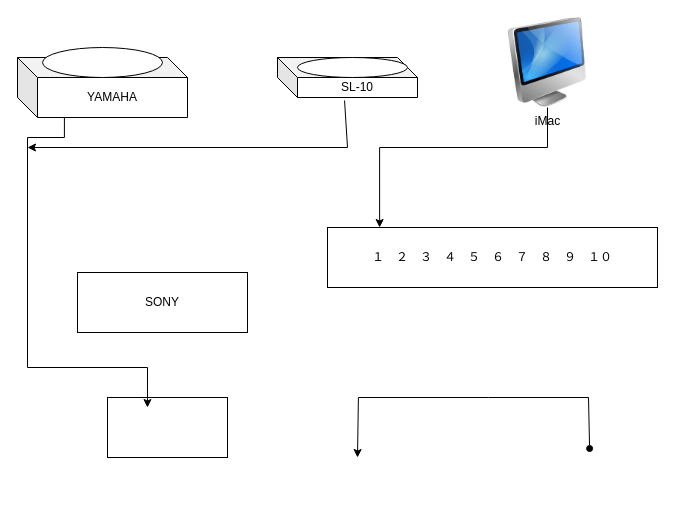
Before: 名称未設定ファイル.drawio in kenzi-taka/audio-diagram, a draw.io diagram. Source tidied: cells renumbered, new cells numbered last; positions are measured from the earlier drawing's top-left corner, leaving out a move shared by most shapes. Both pictures are drawn from the tidied source at 100%, with x=0, y=0 at pixel (17, 17).
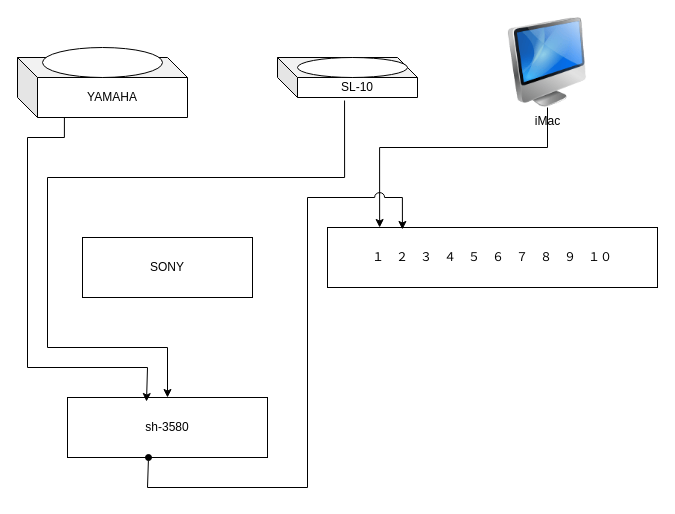
After the change.

The change refers to these unchanged cells:
```xml
<mxCell id="3" value="YAMAHA" style="shape=cube;whiteSpace=wrap;html=1;boundedLbl=1;backgroundOutline=1;darkOpacity=0.05;darkOpacity2=0.1;" parent="1" vertex="1">
  <mxGeometry y="40" width="170" height="60" as="geometry" />
</mxCell>
<mxCell id="4" value="SL-10" style="shape=cube;whiteSpace=wrap;html=1;boundedLbl=1;backgroundOutline=1;darkOpacity=0.05;darkOpacity2=0.1;" parent="1" vertex="1">
  <mxGeometry x="260" y="40" width="140" height="40" as="geometry" />
</mxCell>
<mxCell id="8" style="rounded=0;whiteSpace=wrap;html=1;" parent="1" vertex="1">
  <mxGeometry x="310" y="210" width="330" height="60" as="geometry" />
</mxCell>
```

What changed in the source:
```diff
@@
     <mxCell id="7" value="SONY" style="rounded=0;whiteSpace=wrap;html=1;" parent="1" vertex="1">
-      <mxGeometry x="60" y="255" width="170" height="60" as="geometry" />
+      <mxGeometry x="65" y="220" width="170" height="60" as="geometry" />
     </mxCell>
@@
-    <mxCell id="10" style="endArrow=classic;html=1;rounded=0;startArrow=oval;startFill=1;exitX=0.155;exitY=0.017;exitDx=0;exitDy=0;exitPerimeter=0;" parent="1" edge="1">
-      <mxGeometry relative="1" as="geometry">
-        <mxPoint x="572.1" y="431" as="sourcePoint" />
-        <mxPoint x="340" y="440" as="targetPoint" />
-        <Array as="points">
-          <mxPoint x="571" y="380" />
-          <mxPoint x="471" y="380" />
-          <mxPoint x="340.9" y="380" />
-        </Array>
-      </mxGeometry>
-    </mxCell>
-    <mxCell id="11" style="rounded=0;whiteSpace=wrap;html=1;" parent="1" vertex="1">
-      <mxGeometry x="90" y="380" width="120" height="60" as="geometry" />
+    <mxCell id="11" value="sh-3580" style="rounded=0;whiteSpace=wrap;html=1;" parent="1" vertex="1">
+      <mxGeometry x="50" y="380" width="200" height="60" as="geometry" />
     </mxCell>
-    <mxCell id="12" style="endArrow=classic;html=1;rounded=0;exitX=0.276;exitY=1;exitDx=0;exitDy=0;exitPerimeter=0;entryX=0.333;entryY=0.167;entryDx=0;entryDy=0;entryPerimeter=0;" parent="1" edge="1" source="3" target="11">
+    <mxCell id="12" style="endArrow=classic;html=1;rounded=0;exitX=0.276;exitY=1;exitDx=0;exitDy=0;exitPerimeter=0;entryX=0.395;entryY=0.067;entryDx=0;entryDy=0;entryPerimeter=0;" parent="1" edge="1" source="3" target="11">
       <mxGeometry relative="1" as="geometry">
         <Array as="points">
           <mxPoint x="46.9" y="120" />
           <mxPoint x="10" y="120" />
           <mxPoint x="10" y="350" />
           <mxPoint x="130" y="350" />
         </Array>
       </mxGeometry>
     </mxCell>
-    <mxCell id="13" style="endArrow=classic;html=1;rounded=0;exitX=0.479;exitY=1.075;exitDx=0;exitDy=0;exitPerimeter=0;" parent="1" edge="1" source="4">
+    <mxCell id="13" style="endArrow=classic;html=1;rounded=0;exitX=0.479;exitY=1.075;exitDx=0;exitDy=0;exitPerimeter=0;entryX=0.5;entryY=0;entryDx=0;entryDy=0;" parent="1" edge="1" source="4" target="11">
       <mxGeometry relative="1" as="geometry">
-        <mxPoint x="10" y="130" as="targetPoint" />
         <Array as="points">
-          <mxPoint x="330" y="130" />
+          <mxPoint x="327.1" y="160" />
+          <mxPoint x="30" y="160" />
+          <mxPoint x="30" y="330" />
+          <mxPoint x="150" y="330" />
         </Array>
       </mxGeometry>
     </mxCell>
@@
+    <mxCell id="10" style="endArrow=classic;html=1;rounded=0;startArrow=oval;startFill=1;entryX=0.227;entryY=0.033;entryDx=0;entryDy=0;entryPerimeter=0;jumpStyle=arc;jumpSize=10;exitX=0.405;exitY=1;exitDx=0;exitDy=0;exitPerimeter=0;" parent="1" edge="1" source="11" target="8">
+      <mxGeometry relative="1" as="geometry">
+        <Array as="points">
+          <mxPoint x="130" y="470" />
+          <mxPoint x="290" y="470" />
+          <mxPoint x="290" y="180" />
+          <mxPoint x="384.9" y="180" />
+        </Array>
+      </mxGeometry>
+    </mxCell>
```
